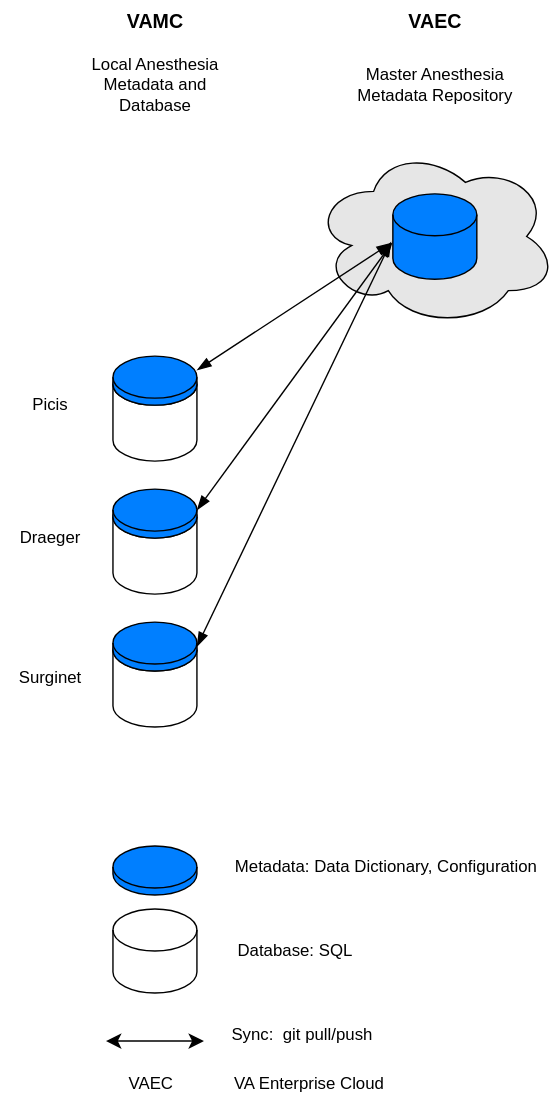
This is integration.svg from va-anesthesia/integration, a draw.io export, as it was before one commit. Source tidied: cells renumbered, new cells last; positions are measured from the earlier drawing's top-left corner, leaving out a move shared by most shapes.
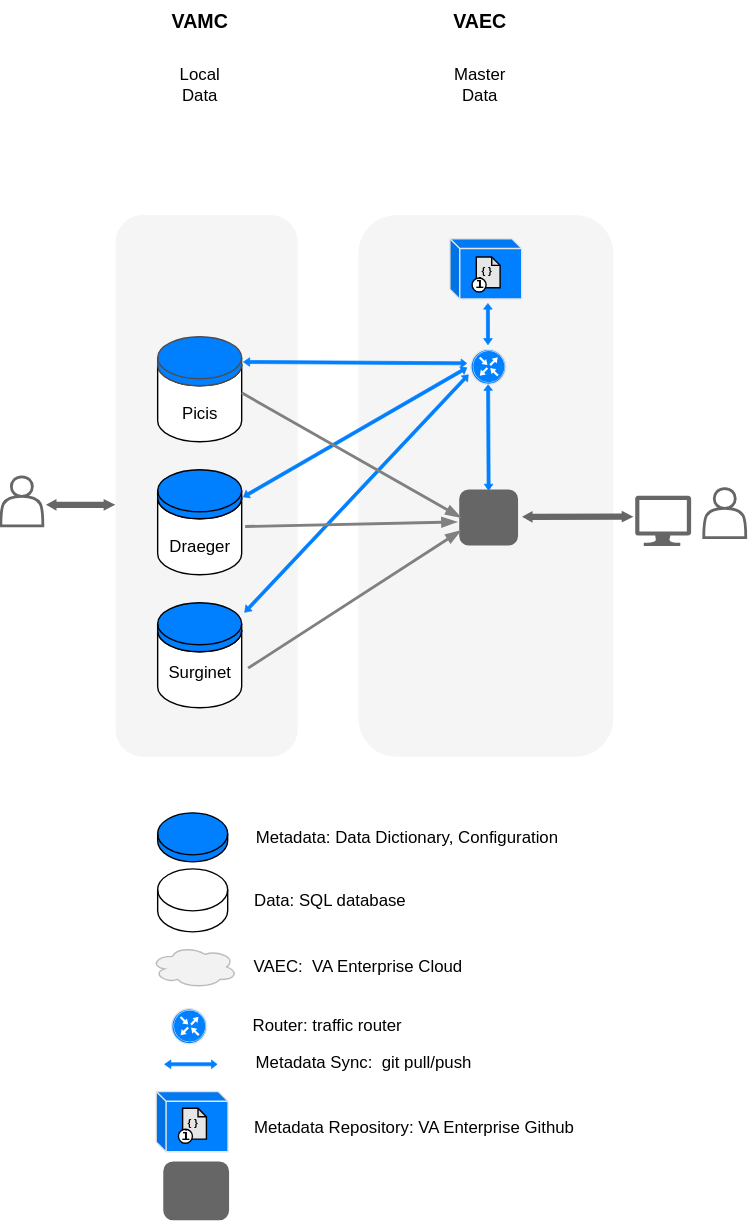
The same file after the commit.

The edit, as a diff of the source:
```diff
@@ -2,13 +2,16 @@
   <root>
     <mxCell id="0" />
     <mxCell id="1" parent="0" />
-    <mxCell id="2" style="ellipse;shape=cloud;whiteSpace=wrap;html=1;fillColor=#E6E6E6;" parent="1" vertex="1">
-      <mxGeometry x="222.5" y="104" width="175" height="129" as="geometry" />
-    </mxCell>
+    <mxCell id="28" style="rounded=1;whiteSpace=wrap;html=1;labelBackgroundColor=default;strokeColor=none;strokeWidth=1;fontSize=14;fillColor=#E6E6E6;opacity=40;" parent="1" vertex="1">
+      <mxGeometry x="223.4" y="167" width="182" height="387" as="geometry" />
+    </mxCell>
+    <mxCell id="29" style="rounded=1;whiteSpace=wrap;html=1;labelBackgroundColor=default;strokeColor=none;strokeWidth=1;fontSize=14;fillColor=#E6E6E6;opacity=40;" parent="1" vertex="1">
+      <mxGeometry x="50" y="167" width="130" height="387" as="geometry" />
+    </mxCell>
     <mxCell id="3" style="shape=cylinder3;whiteSpace=wrap;html=1;boundedLbl=1;backgroundOutline=1;size=15;" parent="1" vertex="1">
       <mxGeometry x="80" y="259" width="60" height="70" as="geometry" />
     </mxCell>
-    <mxCell id="4" style="shape=cylinder3;whiteSpace=wrap;html=1;boundedLbl=1;backgroundOutline=1;size=15;fillColor=#007FFF;" parent="1" vertex="1">
+    <mxCell id="4" style="shape=cylinder3;whiteSpace=wrap;html=1;boundedLbl=1;backgroundOutline=1;size=15;fillColor=#007FFF;strokeColor=#4D4D4D;" parent="1" vertex="1">
       <mxGeometry x="80" y="254" width="60" height="35" as="geometry" />
     </mxCell>
     <mxCell id="5" style="shape=cylinder3;whiteSpace=wrap;html=1;boundedLbl=1;backgroundOutline=1;size=15;" parent="1" vertex="1">
@@ -23,67 +26,192 @@
     <mxCell id="8" style="shape=cylinder3;whiteSpace=wrap;html=1;boundedLbl=1;backgroundOutline=1;size=15;fillColor=#007FFF;" parent="1" vertex="1">
       <mxGeometry x="80" y="444" width="60" height="35" as="geometry" />
     </mxCell>
-    <mxCell id="9" style="shape=cylinder3;whiteSpace=wrap;html=1;boundedLbl=1;backgroundOutline=1;size=15;fillColor=#007FFF;" parent="1" vertex="1">
-      <mxGeometry x="280" y="138" width="60" height="61" as="geometry" />
-    </mxCell>
-    <mxCell id="10" value="Master Anesthesia&lt;br&gt;Metadata Repository" style="text;html=1;align=center;verticalAlign=middle;strokeColor=none;fillColor=none;" parent="1" vertex="1">
-      <mxGeometry x="245" y="40" width="130" height="40" as="geometry" />
+    <mxCell id="10" value="Master&lt;br&gt;Data" style="text;html=1;align=center;verticalAlign=middle;strokeColor=none;fillColor=none;" parent="1" vertex="1">
+      <mxGeometry x="280" y="54" width="60" height="40" as="geometry" />
     </mxCell>
-    <mxCell id="11" value="Local Anesthesia&lt;br&gt;Metadata and&lt;br&gt;Database" style="text;html=1;align=center;verticalAlign=middle;strokeColor=none;fillColor=none;" parent="1" vertex="1">
-      <mxGeometry x="55" y="30" width="110" height="60" as="geometry" />
+    <mxCell id="11" value="Local&lt;br&gt;Data" style="text;html=1;align=center;verticalAlign=middle;strokeColor=none;fillColor=none;" parent="1" vertex="1">
+      <mxGeometry x="85" y="54" width="50" height="40" as="geometry" />
     </mxCell>
-    <mxCell id="12" style="edgeStyle=none;jettySize=auto;html=1;endArrow=blockThin;startArrow=blockThin;endSize=8;startSize=8;entryX=-0.022;entryY=0.576;entryDx=0;entryDy=0;entryPerimeter=0;startFill=1;endFill=1;" parent="1" edge="1" target="9">
-      <mxGeometry relative="1" as="geometry">
-        <mxPoint x="140" y="264" as="sourcePoint" />
-      </mxGeometry>
-    </mxCell>
-    <mxCell id="13" style="edgeStyle=none;jettySize=auto;html=1;endArrow=blockThin;startArrow=blockThin;endSize=8;startSize=8;exitX=1;exitY=0;exitDx=0;exitDy=15;exitPerimeter=0;entryX=-0.008;entryY=0.574;entryDx=0;entryDy=0;entryPerimeter=0;startFill=1;endFill=1;" parent="1" edge="1" source="6" target="9">
-      <mxGeometry relative="1" as="geometry" />
-    </mxCell>
-    <mxCell id="14" style="edgeStyle=none;jettySize=auto;html=1;endArrow=blockThin;startArrow=blockThin;endSize=8;startSize=8;exitX=1;exitY=0.5;exitDx=0;exitDy=0;exitPerimeter=0;entryX=-0.023;entryY=0.564;entryDx=0;entryDy=0;entryPerimeter=0;startFill=1;endFill=1;" parent="1" edge="1" source="8" target="9">
-      <mxGeometry relative="1" as="geometry" />
-    </mxCell>
-    <mxCell id="15" value="Sync:&amp;nbsp; git pull/push" style="text;html=1;align=center;verticalAlign=middle;strokeColor=none;fillColor=none;" parent="1" vertex="1">
-      <mxGeometry x="155" y="724" width="120" height="30" as="geometry" />
+    <mxCell id="15" value="Metadata Sync:&amp;nbsp; git pull/push" style="text;html=1;align=center;verticalAlign=middle;strokeColor=none;fillColor=none;" parent="1" vertex="1">
+      <mxGeometry x="137" y="758" width="180" height="30" as="geometry" />
     </mxCell>
     <mxCell id="16" value="Picis" style="text;html=1;align=center;verticalAlign=middle;strokeColor=none;fillColor=none;" parent="1" vertex="1">
-      <mxGeometry x="10" y="274" width="50" height="30" as="geometry" />
+      <mxGeometry x="85" y="294" width="50" height="30" as="geometry" />
     </mxCell>
     <mxCell id="17" value="Draeger" style="text;html=1;align=center;verticalAlign=middle;points=[];strokeColor=none;fillColor=none;" parent="1" vertex="1">
-      <mxGeometry y="369" width="70" height="30" as="geometry" />
+      <mxGeometry x="75" y="389" width="70" height="30" as="geometry" />
     </mxCell>
     <mxCell id="18" value="Surginet" style="text;html=1;align=center;verticalAlign=middle;points=[];strokeColor=none;fillColor=none;" parent="1" vertex="1">
-      <mxGeometry y="469" width="70" height="30" as="geometry" />
+      <mxGeometry x="75" y="479" width="70" height="30" as="geometry" />
     </mxCell>
     <mxCell id="19" style="shape=cylinder3;whiteSpace=wrap;html=1;boundedLbl=1;backgroundOutline=1;size=15;fillColor=#007FFF;" parent="1" vertex="1">
-      <mxGeometry x="80" y="604" width="60" height="35" as="geometry" />
+      <mxGeometry x="80" y="594" width="50" height="35" as="geometry" />
     </mxCell>
     <mxCell id="20" value="Metadata: Data Dictionary, Configuration" style="text;html=1;align=center;verticalAlign=middle;strokeColor=none;fillColor=none;" parent="1" vertex="1">
-      <mxGeometry x="155" y="604" width="240" height="30" as="geometry" />
+      <mxGeometry x="138" y="596.5" width="240" height="30" as="geometry" />
     </mxCell>
-    <mxCell id="21" style="edgeStyle=none;orthogonalLoop=1;jettySize=auto;html=1;endArrow=classic;startArrow=classic;endSize=8;startSize=8;" parent="1" edge="1">
-      <mxGeometry relative="1" as="geometry">
-        <mxPoint x="75" y="743.4" as="sourcePoint" />
-        <mxPoint x="145" y="743.4" as="targetPoint" />
-      </mxGeometry>
-    </mxCell>
     <mxCell id="22" style="shape=cylinder3;whiteSpace=wrap;html=1;boundedLbl=1;backgroundOutline=1;size=15;" parent="1" vertex="1">
-      <mxGeometry x="80" y="649" width="60" height="60" as="geometry" />
+      <mxGeometry x="80" y="634" width="50" height="45" as="geometry" />
     </mxCell>
-    <mxCell id="23" value="Database: SQL" style="text;html=1;align=center;verticalAlign=middle;strokeColor=none;fillColor=none;" parent="1" vertex="1">
-      <mxGeometry x="155" y="664" width="110" height="30" as="geometry" />
+    <mxCell id="23" value="Data: SQL database" style="text;html=1;align=center;verticalAlign=middle;strokeColor=none;fillColor=none;" parent="1" vertex="1">
+      <mxGeometry x="138" y="641.5" width="130" height="30" as="geometry" />
     </mxCell>
     <mxCell id="24" value="VAMC" style="text;html=1;align=center;verticalAlign=middle;strokeColor=none;fillColor=none;fontStyle=1;fontSize=14;" parent="1" vertex="1">
-      <mxGeometry x="80" width="60" height="30" as="geometry" />
+      <mxGeometry x="80" y="14" width="60" height="30" as="geometry" />
     </mxCell>
     <mxCell id="25" value="VAEC" style="text;html=1;align=center;verticalAlign=middle;strokeColor=none;fillColor=none;fontStyle=1;fontSize=14;" parent="1" vertex="1">
-      <mxGeometry x="280" width="60" height="30" as="geometry" />
+      <mxGeometry x="280" y="14" width="60" height="30" as="geometry" />
     </mxCell>
-    <mxCell id="26" value="VAEC" style="text;html=1;align=center;verticalAlign=middle;strokeColor=none;fillColor=none;" parent="1" vertex="1">
-      <mxGeometry x="77" y="759" width="60" height="30" as="geometry" />
-    </mxCell>
-    <mxCell id="27" value="VA Enterprise Cloud" style="text;html=1;align=center;verticalAlign=middle;strokeColor=none;fillColor=none;" parent="1" vertex="1">
-      <mxGeometry x="155" y="759" width="130" height="30" as="geometry" />
+    <mxCell id="27" value="VAEC:&amp;nbsp; VA Enterprise Cloud" style="text;html=1;align=center;verticalAlign=middle;strokeColor=none;fillColor=none;" parent="1" vertex="1">
+      <mxGeometry x="138" y="689" width="170" height="30" as="geometry" />
     </mxCell>
+    <mxCell id="30" value="Router: traffic router" style="text;html=1;align=center;verticalAlign=middle;strokeColor=none;fillColor=none;" parent="1" vertex="1">
+      <mxGeometry x="135.5" y="730.5" width="130" height="30" as="geometry" />
+    </mxCell>
+    <mxCell id="31" value="Metadata Repository: VA Enterprise Github" style="text;html=1;align=center;verticalAlign=middle;strokeColor=none;fillColor=none;" parent="1" vertex="1">
+      <mxGeometry x="138" y="804" width="250" height="30" as="geometry" />
+    </mxCell>
+    <mxCell id="32" style="shape=flexArrow;endArrow=classic;startArrow=classic;html=1;strokeColor=#007FFF;strokeWidth=0.5;fontSize=14;endWidth=3.5053492762743863;endSize=1.1806167400881058;width=2.2026431718061676;startWidth=3.5053492762743863;startSize=1.3295154185022027;fillColor=#007FFF;" parent="1" edge="1">
+      <mxGeometry relative="1" as="geometry">
+        <mxPoint x="315.9" y="260" as="sourcePoint" />
+        <mxPoint x="315.8" y="230" as="targetPoint" />
+      </mxGeometry>
+    </mxCell>
+    <mxCell id="33" style="ellipse;shape=cloud;whiteSpace=wrap;html=1;fillColor=#E6E6E6;strokeColor=#808080;opacity=50;" parent="1" vertex="1">
+      <mxGeometry x="75" y="689" width="62" height="30" as="geometry" />
+    </mxCell>
+    <mxCell id="34" style="shape=flexArrow;endArrow=classic;startArrow=classic;html=1;strokeColor=#007FFF;strokeWidth=0.5;fontSize=14;endWidth=3.5053492762743863;endSize=1.1806167400881058;width=2.2026431718061676;startWidth=3.5053492762743863;startSize=1.3295154185022027;fillColor=#007FFF;exitX=1;exitY=1;exitDx=0;exitDy=-15;exitPerimeter=0;" parent="1" edge="1">
+      <mxGeometry relative="1" as="geometry">
+        <mxPoint x="141" y="272" as="sourcePoint" />
+        <mxPoint x="301" y="273" as="targetPoint" />
+      </mxGeometry>
+    </mxCell>
+    <mxCell id="35" style="shape=flexArrow;endArrow=classic;startArrow=classic;html=1;strokeColor=#007FFF;strokeWidth=0.5;fontSize=14;endWidth=3.5053492762743863;endSize=1.1806167400881058;width=2.2026431718061676;startWidth=3.5053492762743863;startSize=1.1806167400881058;fillColor=#007FFF;exitX=1;exitY=0.5;exitDx=0;exitDy=0;exitPerimeter=0;" parent="1" edge="1">
+      <mxGeometry relative="1" as="geometry">
+        <mxPoint x="141" y="368.5" as="sourcePoint" />
+        <mxPoint x="301" y="276" as="targetPoint" />
+      </mxGeometry>
+    </mxCell>
+    <mxCell id="36" style="shape=flexArrow;endArrow=classic;startArrow=classic;html=1;strokeColor=#007FFF;strokeWidth=0.5;fontSize=14;endWidth=3.5053492762743863;endSize=1.1806167400881058;width=2.2026431718061676;startWidth=3.5053492762743863;startSize=1.3295154185022027;fillColor=#007FFF;" parent="1" edge="1">
+      <mxGeometry relative="1" as="geometry">
+        <mxPoint x="142" y="451" as="sourcePoint" />
+        <mxPoint x="302" y="281" as="targetPoint" />
+      </mxGeometry>
+    </mxCell>
+    <mxCell id="37" style="group;" parent="1" vertex="1">
+      <mxGeometry x="90" y="734" width="27.4" height="25" as="geometry" />
+    </mxCell>
+    <mxCell id="38" style="ellipse;whiteSpace=wrap;html=1;fontSize=14;fillColor=#E6E6E6;" parent="37" vertex="1">
+      <mxGeometry x="5" y="5" width="2.1" height="2.1" as="geometry" />
+    </mxCell>
+    <mxCell id="39" style="ellipse;whiteSpace=wrap;html=1;strokeColor=#E6E6E6;fontSize=14;fillColor=#007FFF;" parent="37" vertex="1">
+      <mxGeometry width="25" height="25" as="geometry" />
+    </mxCell>
+    <mxCell id="40" style="sketch=0;verticalLabelPosition=bottom;html=1;verticalAlign=top;align=center;shape=mxgraph.cisco19.rect;prIcon=router;fillColor=none;strokeColor=#FFFFFF;labelBackgroundColor=default;fontSize=14;" parent="37" vertex="1">
+      <mxGeometry x="1.4" y="0.8" width="22.9" height="22.9" as="geometry" />
+    </mxCell>
+    <mxCell id="41" style="sketch=0;shadow=0;dashed=0;html=1;strokeColor=none;labelPosition=center;verticalLabelPosition=bottom;verticalAlign=top;align=center;fillColor=#666666;shape=mxgraph.azure.computer;labelBackgroundColor=default;fontSize=14;" parent="1" vertex="1">
+      <mxGeometry x="421" y="367.5" width="40" height="36" as="geometry" />
+    </mxCell>
+    <mxCell id="42" style="group;" parent="1" vertex="1">
+      <mxGeometry x="303.7" y="263" width="27.4" height="25" as="geometry" />
+    </mxCell>
+    <mxCell id="43" style="ellipse;whiteSpace=wrap;html=1;fontSize=14;fillColor=#E6E6E6;" parent="42" vertex="1">
+      <mxGeometry x="5" y="5" width="2.1" height="2.1" as="geometry" />
+    </mxCell>
+    <mxCell id="44" style="ellipse;whiteSpace=wrap;html=1;strokeColor=#E6E6E6;fontSize=14;fillColor=#007FFF;" parent="42" vertex="1">
+      <mxGeometry width="25" height="25" as="geometry" />
+    </mxCell>
+    <mxCell id="45" style="sketch=0;verticalLabelPosition=bottom;html=1;verticalAlign=top;align=center;shape=mxgraph.cisco19.rect;prIcon=router;fillColor=none;strokeColor=#FFFFFF;labelBackgroundColor=default;fontSize=14;" parent="42" vertex="1">
+      <mxGeometry x="1.4" y="0.8" width="22.9" height="22.9" as="geometry" />
+    </mxCell>
+    <mxCell id="46" style="shape=actor;whiteSpace=wrap;html=1;labelBackgroundColor=default;strokeColor=#666666;fontSize=14;fillColor=#FFFFFF;strokeWidth=2;" parent="1" vertex="1">
+      <mxGeometry x="-32" y="354" width="30" height="35" as="geometry" />
+    </mxCell>
+    <mxCell id="47" style="shape=flexArrow;endArrow=classic;startArrow=classic;html=1;strokeColor=#007FFF;strokeWidth=0.5;fontSize=14;endWidth=3.5053492762743863;endSize=1.1806167400881058;width=2.2026431718061676;startWidth=3.5053492762743863;startSize=1.3295154185022027;fillColor=#007FFF;exitX=1;exitY=1;exitDx=0;exitDy=-15;exitPerimeter=0;" parent="1" edge="1">
+      <mxGeometry relative="1" as="geometry">
+        <mxPoint x="84.7" y="773.6" as="sourcePoint" />
+        <mxPoint x="122.7" y="773.6" as="targetPoint" />
+      </mxGeometry>
+    </mxCell>
+    <mxCell id="48" style="shape=flexArrow;endArrow=classic;startArrow=classic;html=1;strokeColor=none;strokeWidth=0.5;fontSize=14;endWidth=3.45297228008332;endSize=2.6116883116883116;width=4.434389140271493;startWidth=3.45297228008332;startSize=2.3265822784810126;fillColor=#666666;entryX=0;entryY=0.535;entryDx=0;entryDy=0;entryPerimeter=0;" parent="1" edge="1" target="29">
+      <mxGeometry relative="1" as="geometry">
+        <mxPoint y="374" as="sourcePoint" />
+        <Array as="points">
+          <mxPoint y="374" />
+        </Array>
+      </mxGeometry>
+    </mxCell>
+    <mxCell id="49" style="shape=flexArrow;endArrow=classic;startArrow=classic;html=1;strokeColor=#007FFF;strokeWidth=0.5;fontSize=14;endWidth=3.5053492762743863;endSize=1.1806167400881058;width=2.2026431718061676;startWidth=3.5053492762743863;startSize=1.3295154185022027;fillColor=#007FFF;exitX=0.5;exitY=0;exitDx=0;exitDy=0;" parent="1" edge="1" source="50">
+      <mxGeometry relative="1" as="geometry">
+        <mxPoint x="316" y="288" as="targetPoint" />
+      </mxGeometry>
+    </mxCell>
+    <mxCell id="50" style="rounded=1;whiteSpace=wrap;html=1;labelBackgroundColor=default;strokeColor=#666666;strokeWidth=2;fontSize=14;fillColor=#666666;" parent="1" vertex="1">
+      <mxGeometry x="296.4" y="364" width="40" height="38" as="geometry" />
+    </mxCell>
+    <mxCell id="51" style="shape=flexArrow;endArrow=classic;startArrow=classic;html=1;strokeColor=none;strokeWidth=0.5;fontSize=14;endWidth=3.45297228008332;endSize=2.6116883116883116;width=4.434389140271493;startWidth=3.45297228008332;startSize=2.3265822784810126;fillColor=#666666;" parent="1" edge="1">
+      <mxGeometry relative="1" as="geometry">
+        <mxPoint x="340" y="382.6" as="sourcePoint" />
+        <mxPoint x="420" y="382.5" as="targetPoint" />
+        <Array as="points">
+          <mxPoint x="340" y="382.6" />
+        </Array>
+      </mxGeometry>
+    </mxCell>
+    <mxCell id="52" style="shape=actor;whiteSpace=wrap;html=1;labelBackgroundColor=default;strokeColor=#666666;fontSize=14;fillColor=#FFFFFF;strokeWidth=2;" parent="1" vertex="1">
+      <mxGeometry x="470" y="362.5" width="30" height="35" as="geometry" />
+    </mxCell>
+    <mxCell id="53" style="rounded=1;whiteSpace=wrap;html=1;labelBackgroundColor=default;strokeColor=#666666;strokeWidth=2;fontSize=14;fillColor=#666666;" parent="1" vertex="1">
+      <mxGeometry x="85" y="844" width="45" height="40" as="geometry" />
+    </mxCell>
+    <mxCell id="54" style="endArrow=blockThin;html=1;strokeColor=#808080;strokeWidth=2;fontFamily=Verdana;fontSize=9;fillColor=#666666;jumpSize=6;endFill=1;exitX=1;exitY=0.5;exitDx=0;exitDy=0;exitPerimeter=0;entryX=0;entryY=0.5;entryDx=0;entryDy=0;" parent="1" edge="1" source="3" target="50">
+      <mxGeometry relative="1" as="geometry" />
+    </mxCell>
+    <mxCell id="55" style="endArrow=blockThin;html=1;strokeColor=#808080;strokeWidth=2;fontFamily=Verdana;fontSize=9;fillColor=#666666;jumpSize=6;endFill=1;exitX=0.964;exitY=0.017;exitDx=0;exitDy=0;exitPerimeter=0;entryX=-0.068;entryY=0.586;entryDx=0;entryDy=0;entryPerimeter=0;" parent="1" edge="1" source="17" target="50">
+      <mxGeometry relative="1" as="geometry" />
+    </mxCell>
+    <mxCell id="56" style="endArrow=blockThin;html=1;strokeColor=#808080;strokeWidth=2;fontFamily=Verdana;fontSize=9;fillColor=#666666;jumpSize=6;endFill=1;exitX=0.994;exitY=0.389;exitDx=0;exitDy=0;exitPerimeter=0;entryX=0;entryY=0.75;entryDx=0;entryDy=0;" parent="1" edge="1" source="18" target="50">
+      <mxGeometry relative="1" as="geometry" />
+    </mxCell>
+    <mxCell id="57" style="shape=cube;whiteSpace=wrap;html=1;boundedLbl=1;backgroundOutline=1;darkOpacity=0.05;darkOpacity2=0.1;fontSize=14;fillColor=#007FFF;size=7;strokeColor=#E6E6E6;" parent="1" vertex="1">
+      <mxGeometry x="288.7" y="184" width="51.3" height="43" as="geometry" />
+    </mxCell>
+    <mxCell id="58" style="group;" parent="1" vertex="1">
+      <mxGeometry x="294.6" y="197" width="35.5" height="33" as="geometry" />
+    </mxCell>
+    <mxCell id="59" style="shape=note;whiteSpace=wrap;html=1;backgroundOutline=1;darkOpacity=0.05;labelBackgroundColor=none;strokeColor=default;strokeWidth=1;fontFamily=Courier New;fontSize=12;fillColor=#E6E6E6;size=6;" parent="58" vertex="1">
+      <mxGeometry x="13" width="17" height="22" as="geometry" />
+    </mxCell>
+    <mxCell id="60" style="ellipse;whiteSpace=wrap;html=1;labelBackgroundColor=none;strokeColor=default;strokeWidth=1;fontFamily=Courier New;fontSize=18;fillColor=default;" parent="58" vertex="1">
+      <mxGeometry x="10" y="15" width="10" height="10" as="geometry" />
+    </mxCell>
+    <mxCell id="61" value="&lt;font face=&quot;Courier New&quot; size=&quot;1&quot;&gt;&lt;b style=&quot;&quot;&gt;i&lt;/b&gt;&lt;/font&gt;" style="text;html=1;align=center;verticalAlign=middle;strokeColor=none;fillColor=none;fontSize=14;" parent="58" vertex="1">
+      <mxGeometry y="3" width="30" height="30" as="geometry" />
+    </mxCell>
+    <mxCell id="62" value="&lt;span style=&quot;font-size: 7px;&quot;&gt;&lt;b&gt;{ }&lt;/b&gt;&lt;/span&gt;" style="text;html=1;align=center;verticalAlign=middle;strokeColor=none;fillColor=none;fontSize=8;fontFamily=Helvetica;" parent="58" vertex="1">
+      <mxGeometry x="5.5" width="30" height="20" as="geometry" />
+    </mxCell>
+    <mxCell id="63" style="group;" parent="1" vertex="1">
+      <mxGeometry x="79" y="793" width="51.3" height="46" as="geometry" />
+    </mxCell>
+    <mxCell id="64" style="shape=cube;whiteSpace=wrap;html=1;boundedLbl=1;backgroundOutline=1;darkOpacity=0.05;darkOpacity2=0.1;fontSize=14;fillColor=#007FFF;size=7;strokeColor=#E6E6E6;" parent="63" vertex="1">
+      <mxGeometry width="51.3" height="43" as="geometry" />
+    </mxCell>
+    <mxCell id="65" style="group;" parent="63" vertex="1">
+      <mxGeometry x="5.8" y="12" width="35.5" height="33" as="geometry" />
+    </mxCell>
+    <mxCell id="66" style="shape=note;whiteSpace=wrap;html=1;backgroundOutline=1;darkOpacity=0.05;labelBackgroundColor=none;strokeColor=default;strokeWidth=1;fontFamily=Courier New;fontSize=12;fillColor=#E6E6E6;size=6;" parent="65" vertex="1">
+      <mxGeometry x="13" width="17" height="22" as="geometry" />
+    </mxCell>
+    <mxCell id="67" style="ellipse;whiteSpace=wrap;html=1;labelBackgroundColor=none;strokeColor=default;strokeWidth=1;fontFamily=Courier New;fontSize=18;fillColor=default;" parent="65" vertex="1">
+      <mxGeometry x="10" y="15" width="10" height="10" as="geometry" />
+    </mxCell>
+    <mxCell id="68" value="&lt;font face=&quot;Courier New&quot; size=&quot;1&quot;&gt;&lt;b style=&quot;&quot;&gt;i&lt;/b&gt;&lt;/font&gt;" style="text;html=1;align=center;verticalAlign=middle;strokeColor=none;fillColor=none;fontSize=14;" parent="65" vertex="1">
+      <mxGeometry y="3" width="30" height="30" as="geometry" />
+    </mxCell>
+    <mxCell id="69" value="&lt;span style=&quot;font-size: 7px;&quot;&gt;&lt;b&gt;{ }&lt;/b&gt;&lt;/span&gt;" style="text;html=1;align=center;verticalAlign=middle;strokeColor=none;fillColor=none;fontSize=8;fontFamily=Helvetica;" parent="65" vertex="1">
+      <mxGeometry x="5.5" width="30" height="20" as="geometry" />
+    </mxCell>
   </root>
 </mxGraphModel>
```
